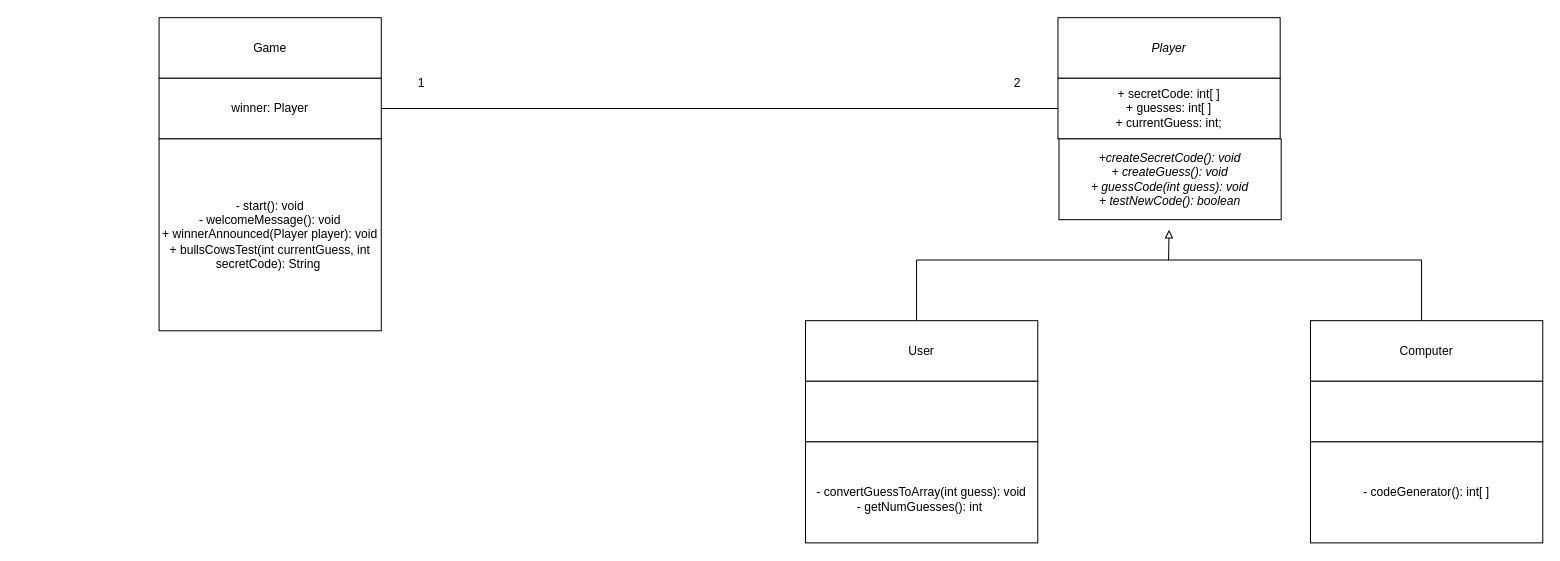
Earlier version of the draw.io diagram Assignment2-UML.drawio (ben-porteous/CompSci718-Miscellaneous). Source tidied: cells renumbered, new cells numbered last; positions are measured from the earlier drawing's top-left corner, leaving out a move shared by most shapes. Both pictures are drawn from the tidied source at 101%, with x=0, y=0 at pixel (159, 17).
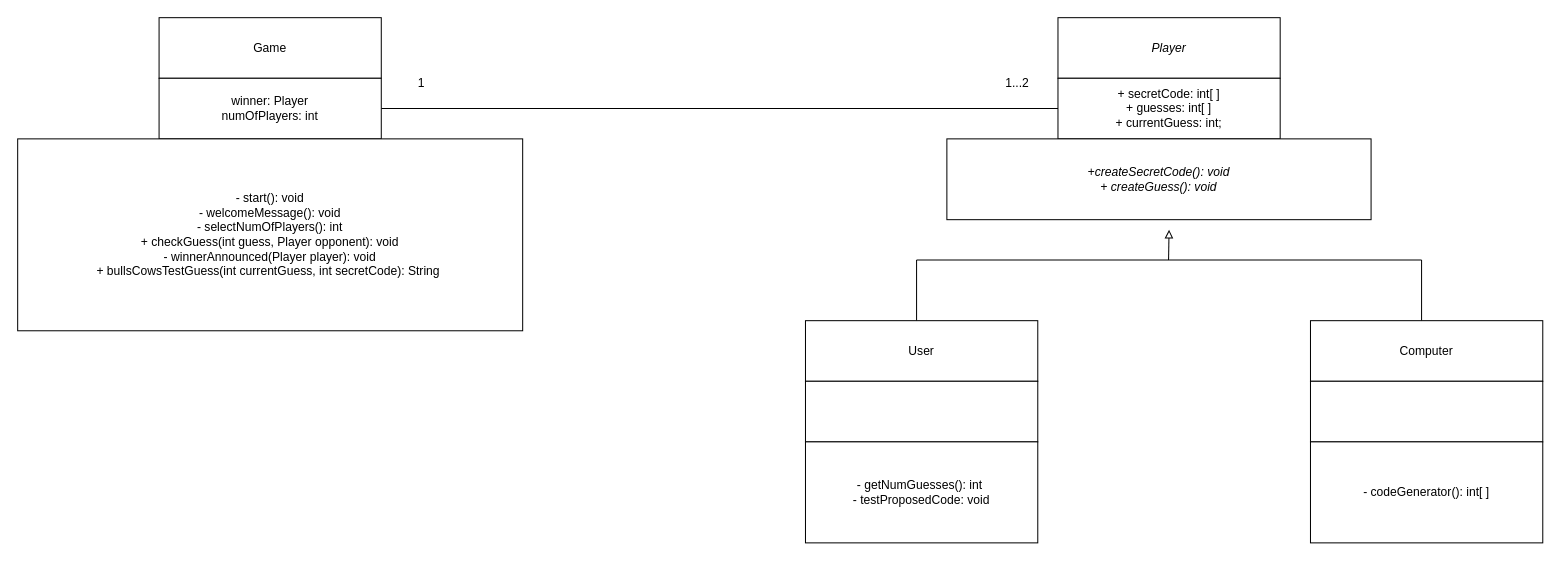
After the change.

What changed in the source:
```diff
@@
-    <mxCell id="4" value="&lt;div&gt;&lt;i&gt;+createSecretCode(): void&lt;/i&gt;&lt;/div&gt;&lt;div&gt;&lt;i&gt;+ createGuess(): void&lt;/i&gt;&lt;/div&gt;&lt;i&gt;+ guessCode(int guess): void&lt;/i&gt;&lt;div&gt;&lt;i&gt;+ testNewCode(): boolean&lt;/i&gt;&lt;/div&gt;" style="rounded=0;whiteSpace=wrap;html=1;" parent="1" vertex="1">
-      <mxGeometry x="891" y="120" width="220" height="80" as="geometry" />
+    <mxCell id="4" value="&lt;div&gt;&lt;i&gt;+createSecretCode(): void&lt;/i&gt;&lt;/div&gt;&lt;div&gt;&lt;i&gt;+ createGuess(): void&lt;/i&gt;&lt;/div&gt;" style="rounded=0;whiteSpace=wrap;html=1;" parent="1" vertex="1">
+      <mxGeometry x="780" y="120" width="420" height="80" as="geometry" />
     </mxCell>
@@
-    <mxCell id="12" value="&lt;br&gt;&lt;div&gt;- convertGuessToArray(int guess): void&lt;/div&gt;&lt;div&gt;- getNumGuesses(): int&amp;nbsp;&lt;/div&gt;" style="rounded=0;whiteSpace=wrap;html=1;" parent="1" vertex="1">
+    <mxCell id="12" value="- getNumGuesses(): int&amp;nbsp;&lt;br&gt;&lt;div&gt;- testProposedCode: void&lt;/div&gt;" style="rounded=0;whiteSpace=wrap;html=1;" parent="1" vertex="1">
       <mxGeometry x="640" y="420" width="230" height="100" as="geometry" />
     </mxCell>
@@
-    <mxCell id="18" value="winner: Player" style="rounded=0;whiteSpace=wrap;html=1;" parent="1" vertex="1">
+    <mxCell id="18" value="winner: Player&lt;div&gt;numOfPlayers: int&lt;/div&gt;" style="rounded=0;whiteSpace=wrap;html=1;" parent="1" vertex="1">
       <mxGeometry y="60" width="220" height="60" as="geometry" />
     </mxCell>
-    <mxCell id="19" value="- start(): void&lt;div&gt;-&amp;nbsp;welcomeMessage(): void&lt;div&gt;+ winnerAnnounced(Player player): void&lt;br&gt;&lt;/div&gt;&lt;/div&gt;&lt;div&gt;+ bullsCowsTest(int currentGuess, int secretCode): String&amp;nbsp;&lt;/div&gt;" style="rounded=0;whiteSpace=wrap;html=1;" parent="1" vertex="1">
-      <mxGeometry y="120" width="220" height="190" as="geometry" />
+    <mxCell id="19" value="- start(): void&lt;div&gt;-&amp;nbsp;welcomeMessage(): void&lt;/div&gt;&lt;div&gt;- selectNumOfPlayers(): int&lt;/div&gt;&lt;div&gt;+ checkGuess(int guess, Player opponent): void&lt;br&gt;&lt;div&gt;- winnerAnnounced(Player player): void&lt;br&gt;&lt;/div&gt;&lt;/div&gt;&lt;div&gt;+ bullsCowsTestGuess(int currentGuess, int secretCode): String&amp;nbsp;&lt;/div&gt;" style="rounded=0;whiteSpace=wrap;html=1;" parent="1" vertex="1">
+      <mxGeometry x="-140" y="120" width="500" height="190" as="geometry" />
     </mxCell>
@@
-    <mxCell id="21" value="2" style="text;html=1;align=center;verticalAlign=middle;whiteSpace=wrap;rounded=0;" parent="1" vertex="1">
+    <mxCell id="21" value="1...2" style="text;html=1;align=center;verticalAlign=middle;whiteSpace=wrap;rounded=0;" parent="1" vertex="1">
       <mxGeometry x="820" y="50" width="60" height="30" as="geometry" />
     </mxCell>
```
